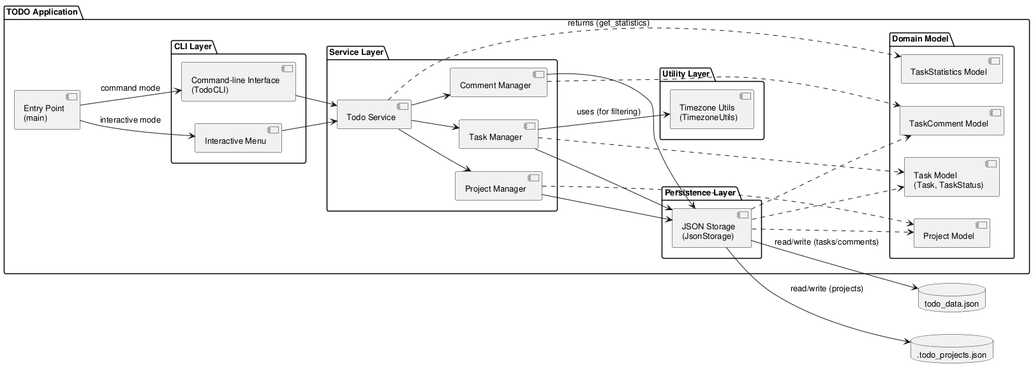
This is experiments/pipeline/structured_text/TODO/artifacts/component_diagram.png from DanielRiha8906/Software_autoevolution_using_agents, a PlantUML export, as it was before one commit.
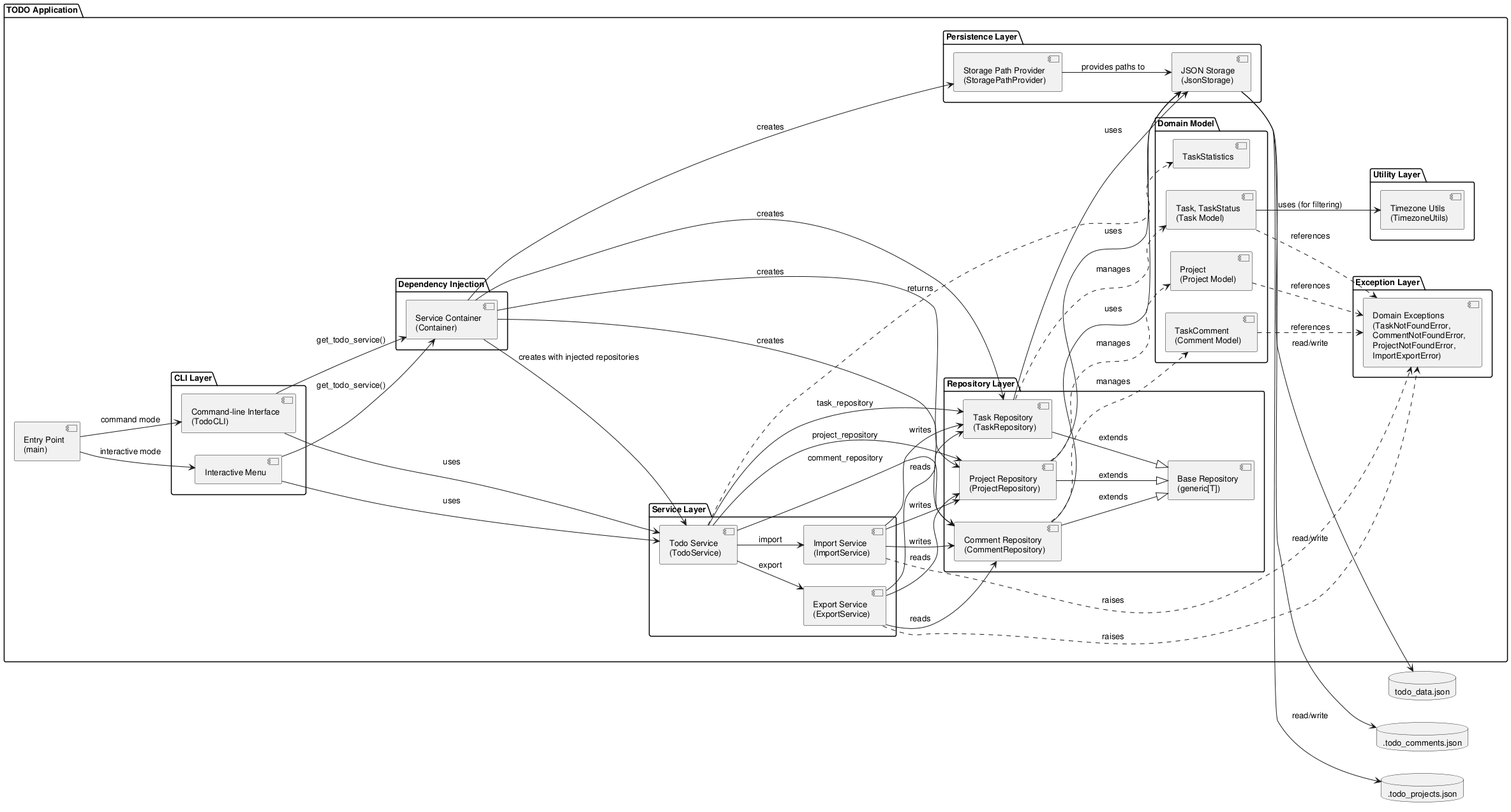
The same diagram one commit later.

What changed in the source:
```diff
@@ -9,27 +9,42 @@
 
     component "Entry Point\n(main)" as Main
 
+    package "Exception Layer" {
+        component "Domain Exceptions\n(TaskNotFoundError,\nCommentNotFoundError,\nProjectNotFoundError,\nImportExportError)" as EXC
+    }
+
+    package "Domain Model" {
+        component "Task, TaskStatus\n(Task Model)" as Model
+        component "TaskComment\n(Comment Model)" as CMTModel
+        component "Project\n(Project Model)" as ProjModel
+        component "TaskStatistics" as StatsModel
+    }
+
+    package "Persistence Layer" {
+        component "Storage Path Provider\n(StoragePathProvider)" as PathProvider
+        component "JSON Storage\n(JsonStorage)" as Storage
+    }
+
+    package "Repository Layer" {
+        component "Base Repository\n(generic[T])" as BaseRepo
+        component "Task Repository\n(TaskRepository)" as TaskRepo
+        component "Comment Repository\n(CommentRepository)" as CommentRepo
+        component "Project Repository\n(ProjectRepository)" as ProjectRepo
+    }
+
+    package "Service Layer" {
+        component "Todo Service\n(TodoService)" as SVC
+        component "Export Service\n(ExportService)" as ExpSVC
+        component "Import Service\n(ImportService)" as ImpSVC
+    }
+
+    package "Dependency Injection" {
+        component "Service Container\n(Container)" as Container
+    }
+
     package "CLI Layer" {
         component "Interactive Menu" as IM
         component "Command-line Interface\n(TodoCLI)" as CLI
-    }
-
-    package "Service Layer" {
-        component "Todo Service" as SVC
-        component "Task Manager" as MGR
-        component "Comment Manager" as CMT
-        component "Project Manager" as PROJ
-    }
-
-    package "Domain Model" {
-        component "Task Model\n(Task, TaskStatus)" as Model
-        component "TaskComment Model" as CMTModel
-        component "Project Model" as ProjModel
-        component "TaskStatistics Model" as StatsModel
-    }
-
-    package "Persistence Layer" {
-        component "JSON Storage\n(JsonStorage)" as Storage
     }
 
     package "Utility Layer" {
@@ -38,30 +53,62 @@
 }
 
 database "todo_data.json" as DB
-database ".todo_projects.json" as PROJDB
+database ".todo_comments.json" as CMT_DB
+database ".todo_projects.json" as PROJ_DB
 
 Main --> IM : interactive mode
 Main --> CLI : command mode
 
-IM --> SVC
-CLI --> SVC
+IM --> Container : get_todo_service()
+CLI --> Container : get_todo_service()
 
-SVC --> MGR
-SVC --> CMT
-SVC --> PROJ
-MGR --> Storage
-CMT --> Storage
-PROJ --> Storage
-MGR --> TZ : uses (for filtering)
-MGR ..> Model
-CMT ..> CMTModel
-PROJ ..> ProjModel
-SVC ..> StatsModel : returns (get_statistics)
-Storage ..> Model
-Storage ..> CMTModel
-Storage ..> ProjModel
+Container --> PathProvider : creates
+Container --> TaskRepo : creates
+Container --> CommentRepo : creates
+Container --> ProjectRepo : creates
+Container --> SVC : creates with injected repositories
 
-Storage --> DB : read/write (tasks/comments)
-Storage --> PROJDB : read/write (projects)
+IM --> SVC : uses
+CLI --> SVC : uses
+
+SVC --> TaskRepo : task_repository
+SVC --> CommentRepo : comment_repository
+SVC --> ProjectRepo : project_repository
+SVC --> ExpSVC : export
+SVC --> ImpSVC : import
+SVC ..> StatsModel : returns
+
+ExpSVC --> TaskRepo : reads
+ExpSVC --> CommentRepo : reads
+ExpSVC --> ProjectRepo : reads
+ExpSVC ..> EXC : raises
+
+ImpSVC --> TaskRepo : writes
+ImpSVC --> CommentRepo : writes
+ImpSVC --> ProjectRepo : writes
+ImpSVC ..> EXC : raises
+
+TaskRepo --|> BaseRepo : extends
+CommentRepo --|> BaseRepo : extends
+ProjectRepo --|> BaseRepo : extends
+
+TaskRepo --> Storage : uses
+CommentRepo --> Storage : uses
+ProjectRepo --> Storage : uses
+
+PathProvider --> Storage : provides paths to
+
+TaskRepo ..> Model : manages
+CommentRepo ..> CMTModel : manages
+ProjectRepo ..> ProjModel : manages
+
+Storage --> DB : read/write
+Storage --> CMT_DB : read/write
+Storage --> PROJ_DB : read/write
+
+Model --> TZ : uses (for filtering)
+CMTModel ..> EXC : references
+Model ..> EXC : references
+ProjModel ..> EXC : references
 
 @enduml
```
